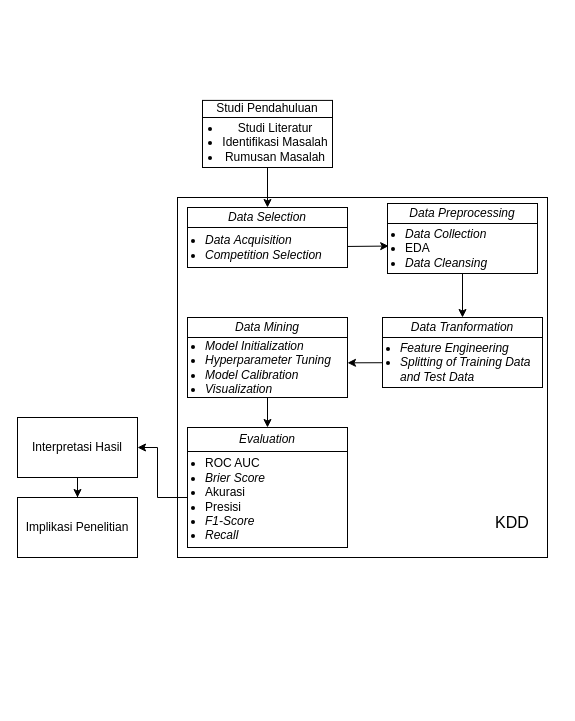
This is diagrams/Tahapan Penelitian.drawio from fadhilra101/skripsi, a draw.io file, before an edit. Source tidied: cells renumbered, new cells numbered last; positions are measured from the earlier drawing's top-left corner, leaving out a move shared by most shapes. Both pictures are drawn from the tidied source at 100%, with x=0, y=0 at pixel (17, 87).
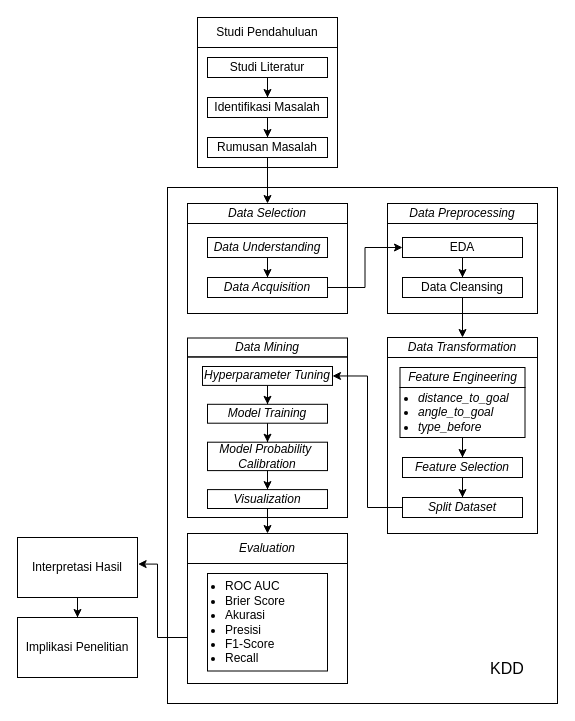
Above is the later version.

Diff of the diagram source:
```diff
@@
     <mxCell id="2" style="rounded=0;whiteSpace=wrap;html=1;fillColor=none;" parent="1" vertex="1">
-      <mxGeometry x="160" y="110" width="370" height="360" as="geometry" />
+      <mxGeometry x="150" y="100" width="390" height="516" as="geometry" />
     </mxCell>
-    <mxCell id="3" style="edgeStyle=orthogonalEdgeStyle;rounded=0;jettySize=auto;html=1;entryX=1;entryY=0.5;entryDx=0;entryDy=0;" parent="1" edge="1" source="27" target="8">
-      <mxGeometry relative="1" as="geometry">
-        <Array as="points">
-          <mxPoint x="140" y="410" />
-          <mxPoint x="140" y="360" />
-        </Array>
-      </mxGeometry>
-    </mxCell>
-    <mxCell id="4" style="group;verticalAlign=top;align=left;" parent="1" vertex="1">
-      <mxGeometry x="170" y="120" width="160" height="60" as="geometry" />
-    </mxCell>
-    <mxCell id="5" value="&lt;i&gt;Data Selection&lt;/i&gt;" style="rounded=0;whiteSpace=wrap;html=1;fillColor=none;" parent="4" vertex="1">
-      <mxGeometry width="160" height="20" as="geometry" />
-    </mxCell>
-    <mxCell id="6" value="&lt;ul style=&quot;padding-left: 16px;&quot;&gt;&lt;li&gt;&lt;i style=&quot;background-color: transparent; color: light-dark(rgb(0, 0, 0), rgb(255, 255, 255));&quot;&gt;Data&amp;nbsp;Acquisition&lt;/i&gt;&lt;/li&gt;&lt;li&gt;&lt;i style=&quot;background-color: transparent; color: light-dark(rgb(0, 0, 0), rgb(255, 255, 255));&quot;&gt;Competition Selection&lt;/i&gt;&lt;/li&gt;&lt;/ul&gt;" style="rounded=0;whiteSpace=wrap;html=1;fillColor=none;align=left;verticalAlign=middle;labelPosition=center;verticalLabelPosition=middle;" parent="4" vertex="1">
-      <mxGeometry y="20" width="160" height="40" as="geometry" />
-    </mxCell>
@@
     <mxCell id="8" value="Interpretasi Hasil" style="rounded=0;whiteSpace=wrap;html=1;fillColor=none;" parent="1" vertex="1">
-      <mxGeometry y="330" width="120" height="60" as="geometry" />
+      <mxGeometry y="450" width="120" height="60" as="geometry" />
     </mxCell>
     <mxCell id="9" value="Implikasi Penelitian" style="rounded=0;whiteSpace=wrap;html=1;fillColor=none;" parent="1" vertex="1">
-      <mxGeometry y="410" width="120" height="60" as="geometry" />
+      <mxGeometry y="530" width="120" height="60" as="geometry" />
     </mxCell>
     <mxCell id="10" style="group;labelPosition=center;verticalLabelPosition=top;align=center;verticalAlign=bottom;" parent="1" vertex="1">
-      <mxGeometry x="185" width="130" height="80" as="geometry" />
+      <mxGeometry x="180" y="-70" width="140" height="150" as="geometry" />
     </mxCell>
     <mxCell id="11" value="Studi Pendahuluan" style="rounded=0;whiteSpace=wrap;html=1;fillColor=none;" parent="10" vertex="1">
-      <mxGeometry y="12.9" width="130" height="17.1" as="geometry" />
+      <mxGeometry width="140" height="30" as="geometry" />
     </mxCell>
-    <mxCell id="12" value="&lt;ul style=&quot;padding-left: 16px;&quot;&gt;&lt;li&gt;&lt;span style=&quot;background-color: transparent; color: light-dark(rgb(0, 0, 0), rgb(255, 255, 255));&quot;&gt;Studi Literatur&lt;/span&gt;&lt;/li&gt;&lt;li&gt;&lt;span style=&quot;background-color: transparent; color: light-dark(rgb(0, 0, 0), rgb(255, 255, 255));&quot;&gt;Identifikasi Masalah&lt;/span&gt;&lt;/li&gt;&lt;li&gt;&lt;span style=&quot;background-color: transparent; color: light-dark(rgb(0, 0, 0), rgb(255, 255, 255));&quot;&gt;&lt;span style=&quot;text-align: center;&quot;&gt;Rumusan Masalah&lt;/span&gt;&lt;/span&gt;&lt;/li&gt;&lt;/ul&gt;" style="rounded=0;whiteSpace=wrap;html=1;fillColor=none;align=center;verticalAlign=middle;labelPosition=center;verticalLabelPosition=middle;" parent="10" vertex="1">
-      <mxGeometry y="30" width="130" height="50" as="geometry" />
+    <mxCell id="12" value="&lt;div&gt;&lt;br&gt;&lt;/div&gt;" style="rounded=0;whiteSpace=wrap;html=1;fillColor=none;align=center;verticalAlign=middle;labelPosition=center;verticalLabelPosition=middle;" parent="10" vertex="1">
+      <mxGeometry y="30" width="140" height="120" as="geometry" />
     </mxCell>
-    <mxCell id="13" value="KDD" style="text;html=1;align=center;verticalAlign=middle;whiteSpace=wrap;rounded=0;fontSize=16;" parent="1" vertex="1">
-      <mxGeometry x="465" y="420" width="60" height="30" as="geometry" />
-    </mxCell>
-    <mxCell id="14" style="edgeStyle=orthogonalEdgeStyle;rounded=0;jettySize=auto;html=1;entryX=0.5;entryY=0;entryDx=0;entryDy=0;" parent="1" edge="1" source="20" target="29">
-      <mxGeometry relative="1" as="geometry" />
-    </mxCell>
-    <mxCell id="15" style="edgeStyle=orthogonalEdgeStyle;rounded=0;jettySize=auto;html=1;entryX=0.5;entryY=0;entryDx=0;entryDy=0;" parent="1" edge="1" source="22" target="26">
-      <mxGeometry relative="1" as="geometry" />
-    </mxCell>
-    <mxCell id="16" style="edgeStyle=orthogonalEdgeStyle;rounded=0;jettySize=auto;html=1;entryX=0.5;entryY=0;entryDx=0;entryDy=0;" parent="1" edge="1" source="12" target="5">
-      <mxGeometry relative="1" as="geometry" />
-    </mxCell>
-    <mxCell id="17" style="endArrow=classic;html=1;rounded=0;entryX=0.008;entryY=0.451;entryDx=0;entryDy=0;entryPerimeter=0;exitX=1;exitY=0.474;exitDx=0;exitDy=0;exitPerimeter=0;" parent="1" edge="1" source="6" target="20">
-      <mxGeometry relative="1" as="geometry" />
-    </mxCell>
     <mxCell id="18" style="group;align=left;" parent="1" vertex="1">
-      <mxGeometry x="370" y="116" width="150" height="70" as="geometry" />
+      <mxGeometry x="370" y="116" width="150" height="150" as="geometry" />
     </mxCell>
@@
-    <mxCell id="20" value="&lt;ul style=&quot;padding-left: 16px;&quot;&gt;&lt;li&gt;&lt;i&gt;Data Collection&lt;/i&gt;&lt;/li&gt;&lt;li&gt;EDA&lt;/li&gt;&lt;li&gt;&lt;i&gt;Data&amp;nbsp;Cleansing&lt;/i&gt;&lt;/li&gt;&lt;/ul&gt;" style="rounded=0;fillColor=none;align=left;verticalAlign=middle;html=1;labelPosition=center;verticalLabelPosition=middle;" parent="18" vertex="1">
-      <mxGeometry y="20" width="150" height="50" as="geometry" />
+    <mxCell id="20" value="&lt;div&gt;&lt;br&gt;&lt;/div&gt;" style="rounded=0;fillColor=none;align=left;verticalAlign=middle;html=1;labelPosition=center;verticalLabelPosition=middle;" parent="18" vertex="1">
+      <mxGeometry y="20" width="150" height="90" as="geometry" />
     </mxCell>
+    <mxCell id="30" style="edgeStyle=orthogonalEdgeStyle;rounded=0;jettySize=auto;html=1;entryX=0.5;entryY=0;entryDx=0;entryDy=0;" parent="18" edge="1" source="31" target="32">
+      <mxGeometry relative="1" as="geometry" />
+    </mxCell>
+    <mxCell id="31" value="&lt;span style=&quot;background-color: transparent; color: light-dark(rgb(0, 0, 0), rgb(255, 255, 255)); text-align: left; text-wrap-mode: nowrap;&quot;&gt;EDA&lt;/span&gt;" style="rounded=0;whiteSpace=wrap;html=1;align=center;" parent="18" vertex="1">
+      <mxGeometry x="15" y="34" width="120" height="20" as="geometry" />
+    </mxCell>
+    <mxCell id="32" value="&lt;div style=&quot;text-align: left;&quot;&gt;&lt;span style=&quot;text-wrap-mode: nowrap; background-color: transparent; color: light-dark(rgb(0, 0, 0), rgb(255, 255, 255));&quot;&gt;Data Cleansing&lt;/span&gt;&lt;/div&gt;" style="rounded=0;whiteSpace=wrap;html=1;align=center;" parent="18" vertex="1">
+      <mxGeometry x="15" y="74" width="120" height="20" as="geometry" />
+    </mxCell>
     <mxCell id="21" style="group;" parent="1" vertex="1">
-      <mxGeometry x="170" y="230" width="160" height="80" as="geometry" />
+      <mxGeometry x="170" y="260" width="160" height="180" as="geometry" />
     </mxCell>
-    <mxCell id="22" value="&lt;ul style=&quot;padding-left: 16px;&quot;&gt;&lt;li&gt;&lt;i&gt;Model Initialization&lt;/i&gt;&lt;/li&gt;&lt;li&gt;&lt;i&gt;Hyperparameter Tuning&lt;/i&gt;&lt;/li&gt;&lt;li&gt;&lt;i&gt;Model Calibration&lt;/i&gt;&lt;/li&gt;&lt;li&gt;&lt;i&gt;Visualization&lt;/i&gt;&lt;/li&gt;&lt;/ul&gt;" style="rounded=0;whiteSpace=wrap;html=1;fillColor=none;verticalAlign=middle;align=left;labelPosition=center;verticalLabelPosition=middle;" parent="21" vertex="1">
-      <mxGeometry y="20" width="160" height="60" as="geometry" />
+    <mxCell id="22" value="&lt;div&gt;&lt;br&gt;&lt;/div&gt;" style="rounded=0;whiteSpace=wrap;html=1;fillColor=none;verticalAlign=middle;align=left;labelPosition=center;verticalLabelPosition=middle;" parent="21" vertex="1">
+      <mxGeometry y="9.5" width="160" height="160.5" as="geometry" />
     </mxCell>
     <mxCell id="23" value="&lt;i&gt;Data Mining&lt;/i&gt;" style="rounded=0;whiteSpace=wrap;html=1;fillColor=none;" parent="21" vertex="1">
-      <mxGeometry width="160" height="20" as="geometry" />
+      <mxGeometry y="-9.5" width="160" height="18.9" as="geometry" />
     </mxCell>
-    <mxCell id="24" style="rounded=0;jettySize=auto;html=1;entryX=1;entryY=0.422;entryDx=0;entryDy=0;entryPerimeter=0;" parent="1" edge="1" source="28" target="22">
-      <mxGeometry relative="1" as="geometry" />
-    </mxCell>
+    <mxCell id="33" style="edgeStyle=orthogonalEdgeStyle;rounded=0;jettySize=auto;html=1;entryX=0.5;entryY=0;entryDx=0;entryDy=0;" parent="21" edge="1" source="34" target="36">
+      <mxGeometry relative="1" as="geometry" />
+    </mxCell>
+    <mxCell id="34" value="&lt;div style=&quot;text-align: left;&quot;&gt;&lt;i&gt;Hyperparameter Tuning&lt;/i&gt;&lt;/div&gt;" style="rounded=0;whiteSpace=wrap;html=1;align=center;" parent="21" vertex="1">
+      <mxGeometry x="15" y="19" width="130" height="18.9" as="geometry" />
+    </mxCell>
+    <mxCell id="35" style="edgeStyle=orthogonalEdgeStyle;rounded=0;jettySize=auto;html=1;entryX=0.5;entryY=0;entryDx=0;entryDy=0;" parent="21" edge="1" source="36" target="38">
+      <mxGeometry relative="1" as="geometry" />
+    </mxCell>
+    <mxCell id="36" value="&lt;div style=&quot;text-align: left;&quot;&gt;&lt;i&gt;Model Training&lt;/i&gt;&lt;/div&gt;" style="rounded=0;whiteSpace=wrap;html=1;align=center;" parent="21" vertex="1">
+      <mxGeometry x="20" y="56.8" width="120" height="18.9" as="geometry" />
+    </mxCell>
+    <mxCell id="37" style="edgeStyle=orthogonalEdgeStyle;rounded=0;jettySize=auto;html=1;entryX=0.5;entryY=0;entryDx=0;entryDy=0;" parent="21" edge="1" source="38" target="39">
+      <mxGeometry relative="1" as="geometry" />
+    </mxCell>
+    <mxCell id="38" value="&lt;div style=&quot;&quot;&gt;&lt;i&gt;Model Probability&amp;nbsp;&lt;/i&gt;&lt;/div&gt;&lt;div style=&quot;&quot;&gt;&lt;i&gt;Calibration&lt;/i&gt;&lt;/div&gt;" style="rounded=0;whiteSpace=wrap;html=1;align=center;" parent="21" vertex="1">
+      <mxGeometry x="20" y="94.7" width="120" height="28.4" as="geometry" />
+    </mxCell>
+    <mxCell id="39" value="&lt;div style=&quot;text-align: left;&quot;&gt;&lt;i&gt;Visualization&lt;/i&gt;&lt;/div&gt;" style="rounded=0;whiteSpace=wrap;html=1;align=center;" parent="21" vertex="1">
+      <mxGeometry x="20" y="142.1" width="120" height="18.9" as="geometry" />
+    </mxCell>
+    <mxCell id="40" style="edgeStyle=orthogonalEdgeStyle;rounded=0;jettySize=auto;html=1;entryX=0.5;entryY=0;entryDx=0;entryDy=0;" parent="1" edge="1" source="41" target="43">
+      <mxGeometry relative="1" as="geometry" />
+    </mxCell>
+    <mxCell id="41" value="Studi Literatur" style="rounded=0;whiteSpace=wrap;html=1;align=center;" parent="1" vertex="1">
+      <mxGeometry x="190" y="-30" width="120" height="20" as="geometry" />
+    </mxCell>
+    <mxCell id="42" style="edgeStyle=orthogonalEdgeStyle;rounded=0;jettySize=auto;html=1;" parent="1" edge="1" source="43" target="45">
+      <mxGeometry relative="1" as="geometry" />
+    </mxCell>
+    <mxCell id="43" value="&lt;div&gt;Identifikasi Masalah&lt;/div&gt;" style="rounded=0;whiteSpace=wrap;html=1;align=center;" parent="1" vertex="1">
+      <mxGeometry x="190" y="10" width="120" height="20" as="geometry" />
+    </mxCell>
+    <mxCell id="44" style="edgeStyle=orthogonalEdgeStyle;rounded=0;jettySize=auto;html=1;entryX=0.5;entryY=0;entryDx=0;entryDy=0;" parent="1" edge="1" source="45" target="5">
+      <mxGeometry relative="1" as="geometry" />
+    </mxCell>
+    <mxCell id="45" value="Rumusan Masalah" style="rounded=0;whiteSpace=wrap;html=1;align=center;" parent="1" vertex="1">
+      <mxGeometry x="190" y="50" width="120" height="20" as="geometry" />
+    </mxCell>
+    <mxCell id="46" style="edgeStyle=orthogonalEdgeStyle;rounded=0;jettySize=auto;html=1;entryX=0.5;entryY=0;entryDx=0;entryDy=0;" parent="1" edge="1" source="32" target="53">
+      <mxGeometry relative="1" as="geometry" />
+    </mxCell>
+    <mxCell id="47" style="edgeStyle=orthogonalEdgeStyle;rounded=0;jettySize=auto;html=1;entryX=1;entryY=0.5;entryDx=0;entryDy=0;" parent="1" edge="1" source="61" target="34">
+      <mxGeometry relative="1" as="geometry" />
+    </mxCell>
+    <mxCell id="48" style="edgeStyle=orthogonalEdgeStyle;rounded=0;jettySize=auto;html=1;entryX=0.5;entryY=0;entryDx=0;entryDy=0;" parent="1" edge="1" source="39" target="26">
+      <mxGeometry relative="1" as="geometry" />
+    </mxCell>
+    <mxCell id="3" style="edgeStyle=orthogonalEdgeStyle;rounded=0;jettySize=auto;html=1;entryX=1.005;entryY=0.443;entryDx=0;entryDy=0;entryPerimeter=0;" parent="1" edge="1" source="27" target="8">
+      <mxGeometry relative="1" as="geometry">
+        <Array as="points">
+          <mxPoint x="140" y="550" />
+          <mxPoint x="140" y="477" />
+        </Array>
+      </mxGeometry>
+    </mxCell>
+    <mxCell id="5" value="&lt;i&gt;Data Selection&lt;/i&gt;" style="rounded=0;whiteSpace=wrap;html=1;fillColor=none;" parent="1" vertex="1">
+      <mxGeometry x="170" y="116" width="160" height="20" as="geometry" />
+    </mxCell>
+    <mxCell id="6" style="rounded=0;whiteSpace=wrap;html=1;fillColor=none;align=left;verticalAlign=middle;labelPosition=center;verticalLabelPosition=middle;" parent="1" vertex="1">
+      <mxGeometry x="170" y="136" width="160" height="90" as="geometry" />
+    </mxCell>
+    <mxCell id="49" style="edgeStyle=orthogonalEdgeStyle;rounded=0;jettySize=auto;html=1;entryX=0;entryY=0.5;entryDx=0;entryDy=0;" parent="1" edge="1" source="50" target="31">
+      <mxGeometry relative="1" as="geometry" />
+    </mxCell>
+    <mxCell id="50" value="&lt;i style=&quot;text-align: left; background-color: transparent; color: light-dark(rgb(0, 0, 0), rgb(255, 255, 255));&quot;&gt;Data Acquisition&lt;/i&gt;" style="rounded=0;whiteSpace=wrap;html=1;align=center;" parent="1" vertex="1">
+      <mxGeometry x="190" y="190" width="120" height="20" as="geometry" />
+    </mxCell>
+    <mxCell id="51" value="&lt;div&gt;&lt;i&gt;Data Understanding&lt;/i&gt;&lt;/div&gt;" style="rounded=0;whiteSpace=wrap;html=1;align=center;" parent="1" vertex="1">
+      <mxGeometry x="190" y="150" width="120" height="20" as="geometry" />
+    </mxCell>
+    <mxCell id="52" style="edgeStyle=orthogonalEdgeStyle;rounded=0;jettySize=auto;html=1;entryX=0.5;entryY=0;entryDx=0;entryDy=0;" parent="1" edge="1" source="51" target="50">
+      <mxGeometry relative="1" as="geometry" />
+    </mxCell>
+    <mxCell id="13" value="KDD" style="text;html=1;align=center;verticalAlign=middle;whiteSpace=wrap;rounded=0;fontSize=16;" parent="1" vertex="1">
+      <mxGeometry x="460" y="566" width="60" height="30" as="geometry" />
+    </mxCell>
+    <mxCell id="53" value="&lt;i&gt;Data Transformation&lt;/i&gt;" style="rounded=0;whiteSpace=wrap;html=1;fillColor=none;verticalAlign=middle;labelPosition=center;verticalLabelPosition=middle;align=center;" parent="1" vertex="1">
+      <mxGeometry x="370" y="250" width="150" height="20" as="geometry" />
+    </mxCell>
+    <mxCell id="54" value="&lt;div&gt;&lt;br&gt;&lt;/div&gt;" style="rounded=0;fillColor=none;align=left;verticalAlign=middle;html=1;labelPosition=center;verticalLabelPosition=middle;" parent="1" vertex="1">
+      <mxGeometry x="370" y="270" width="150" height="176" as="geometry" />
+    </mxCell>
+    <mxCell id="55" style="group;" parent="1" vertex="1">
+      <mxGeometry x="382.5" y="280" width="125" height="70" as="geometry" />
+    </mxCell>
+    <mxCell id="56" value="&lt;ul style=&quot;padding-left: 16px;&quot;&gt;&lt;li&gt;&lt;i&gt;distance_to_goal&lt;/i&gt;&lt;/li&gt;&lt;li&gt;&lt;i&gt;angle_to_goal&lt;/i&gt;&lt;/li&gt;&lt;li&gt;&lt;i&gt;type_before&lt;/i&gt;&lt;/li&gt;&lt;/ul&gt;" style="rounded=0;whiteSpace=wrap;html=1;fillColor=none;verticalAlign=middle;align=left;labelPosition=center;verticalLabelPosition=middle;" parent="55" vertex="1">
+      <mxGeometry y="20" width="125" height="50" as="geometry" />
+    </mxCell>
+    <mxCell id="57" value="&lt;i&gt;Feature Engineering&lt;/i&gt;" style="rounded=0;whiteSpace=wrap;html=1;fillColor=none;" parent="55" vertex="1">
+      <mxGeometry width="125" height="20" as="geometry" />
+    </mxCell>
+    <mxCell id="58" style="group;align=left;" parent="1" vertex="1">
+      <mxGeometry x="370" y="250" width="150" height="200" as="geometry" />
+    </mxCell>
+    <mxCell id="59" style="edgeStyle=orthogonalEdgeStyle;rounded=0;jettySize=auto;html=1;entryX=0.5;entryY=0;entryDx=0;entryDy=0;" parent="58" edge="1" source="60" target="61">
+      <mxGeometry relative="1" as="geometry" />
+    </mxCell>
+    <mxCell id="60" value="&lt;div style=&quot;text-align: left;&quot;&gt;&lt;i&gt;Feature Selection&lt;/i&gt;&lt;/div&gt;" style="rounded=0;whiteSpace=wrap;html=1;align=center;" parent="58" vertex="1">
+      <mxGeometry x="15" y="120" width="120" height="20" as="geometry" />
+    </mxCell>
+    <mxCell id="61" value="&lt;div style=&quot;text-align: left;&quot;&gt;&lt;span style=&quot;text-wrap-mode: nowrap; background-color: transparent; color: light-dark(rgb(0, 0, 0), rgb(255, 255, 255));&quot;&gt;&lt;i&gt;Split Dataset&lt;/i&gt;&lt;/span&gt;&lt;/div&gt;" style="rounded=0;whiteSpace=wrap;html=1;align=center;" parent="58" vertex="1">
+      <mxGeometry x="15" y="160" width="120" height="20" as="geometry" />
+    </mxCell>
+    <mxCell id="62" style="edgeStyle=orthogonalEdgeStyle;rounded=0;jettySize=auto;html=1;entryX=0.5;entryY=0;entryDx=0;entryDy=0;" parent="1" edge="1" source="56" target="60">
+      <mxGeometry relative="1" as="geometry" />
+    </mxCell>
     <mxCell id="25" style="group;" parent="1" vertex="1">
-      <mxGeometry x="170" y="340" width="160" height="120" as="geometry" />
+      <mxGeometry x="170" y="446" width="160" height="150" as="geometry" />
     </mxCell>
     <mxCell id="26" value="&lt;i&gt;Evaluation&lt;/i&gt;" style="rounded=0;whiteSpace=wrap;html=1;fillColor=none;" parent="25" vertex="1">
-      <mxGeometry width="160" height="24" as="geometry" />
+      <mxGeometry width="160" height="30" as="geometry" />
     </mxCell>
-    <mxCell id="27" value="&lt;ul style=&quot;padding-left: 16px;&quot;&gt;&lt;li&gt;&lt;font&gt;ROC AUC&lt;/font&gt;&lt;/li&gt;&lt;li&gt;&lt;i&gt;&lt;font&gt;Brier Score&lt;/font&gt;&lt;/i&gt;&lt;/li&gt;&lt;li&gt;&lt;font style=&quot;&quot;&gt;Akurasi&lt;/font&gt;&lt;/li&gt;&lt;li&gt;&lt;span style=&quot;&quot;&gt;&lt;font&gt;Presisi&lt;/font&gt;&lt;/span&gt;&lt;/li&gt;&lt;li&gt;&lt;span style=&quot;&quot;&gt;&lt;i&gt;&lt;font&gt;F1-Score&lt;/font&gt;&lt;/i&gt;&lt;/span&gt;&lt;/li&gt;&lt;li&gt;&lt;span style=&quot;&quot;&gt;&lt;i&gt;&lt;font&gt;Recall&lt;/font&gt;&lt;/i&gt;&lt;/span&gt;&lt;/li&gt;&lt;/ul&gt;" style="rounded=0;whiteSpace=wrap;html=1;fillColor=none;align=left;verticalAlign=middle;labelPosition=center;verticalLabelPosition=middle;" parent="25" vertex="1">
-      <mxGeometry y="24" width="160" height="96" as="geometry" />
+    <mxCell id="27" value="&lt;div&gt;&lt;br&gt;&lt;/div&gt;" style="rounded=0;whiteSpace=wrap;html=1;fillColor=none;align=left;verticalAlign=middle;labelPosition=center;verticalLabelPosition=middle;" parent="25" vertex="1">
+      <mxGeometry y="30" width="160" height="120" as="geometry" />
     </mxCell>
-    <mxCell id="28" value="&lt;ul style=&quot;padding-left: 16px;&quot;&gt;&lt;li&gt;&lt;i&gt;Feature Engineering&lt;/i&gt;&lt;/li&gt;&lt;li&gt;&lt;i&gt;Splitting of Training Data and Test Data&lt;/i&gt;&lt;/li&gt;&lt;/ul&gt;" style="rounded=0;whiteSpace=wrap;html=1;fillColor=none;verticalAlign=middle;align=left;labelPosition=center;verticalLabelPosition=middle;" parent="1" vertex="1">
-      <mxGeometry x="365" y="250" width="160" height="50" as="geometry" />
-    </mxCell>
-    <mxCell id="29" value="&lt;i&gt;Data&amp;nbsp;Tranformation&lt;/i&gt;" style="rounded=0;whiteSpace=wrap;html=1;fillColor=none;" parent="1" vertex="1">
-      <mxGeometry x="365" y="230" width="160" height="20" as="geometry" />
-    </mxCell>
+    <mxCell id="63" value="&lt;div style=&quot;&quot;&gt;&lt;ul style=&quot;padding-left: 16px;&quot;&gt;&lt;li&gt;&lt;span style=&quot;background-color: transparent; color: light-dark(rgb(0, 0, 0), rgb(255, 255, 255));&quot;&gt;ROC AUC&lt;/span&gt;&lt;/li&gt;&lt;li&gt;&lt;span style=&quot;background-color: transparent; color: light-dark(rgb(0, 0, 0), rgb(255, 255, 255));&quot;&gt;Brier Score&lt;/span&gt;&lt;/li&gt;&lt;li&gt;&lt;span style=&quot;background-color: transparent; color: light-dark(rgb(0, 0, 0), rgb(255, 255, 255));&quot;&gt;Akurasi&lt;/span&gt;&lt;/li&gt;&lt;li&gt;&lt;span style=&quot;background-color: transparent; color: light-dark(rgb(0, 0, 0), rgb(255, 255, 255));&quot;&gt;Presisi&lt;/span&gt;&lt;/li&gt;&lt;li&gt;&lt;span style=&quot;background-color: transparent; color: light-dark(rgb(0, 0, 0), rgb(255, 255, 255));&quot;&gt;F1-Score&lt;/span&gt;&lt;/li&gt;&lt;li&gt;&lt;span style=&quot;background-color: transparent; color: light-dark(rgb(0, 0, 0), rgb(255, 255, 255));&quot;&gt;Recall&lt;/span&gt;&lt;/li&gt;&lt;/ul&gt;&lt;/div&gt;" style="rounded=0;whiteSpace=wrap;html=1;align=left;" parent="25" vertex="1">
+      <mxGeometry x="20" y="40" width="120" height="97.5" as="geometry" />
+    </mxCell>
```
